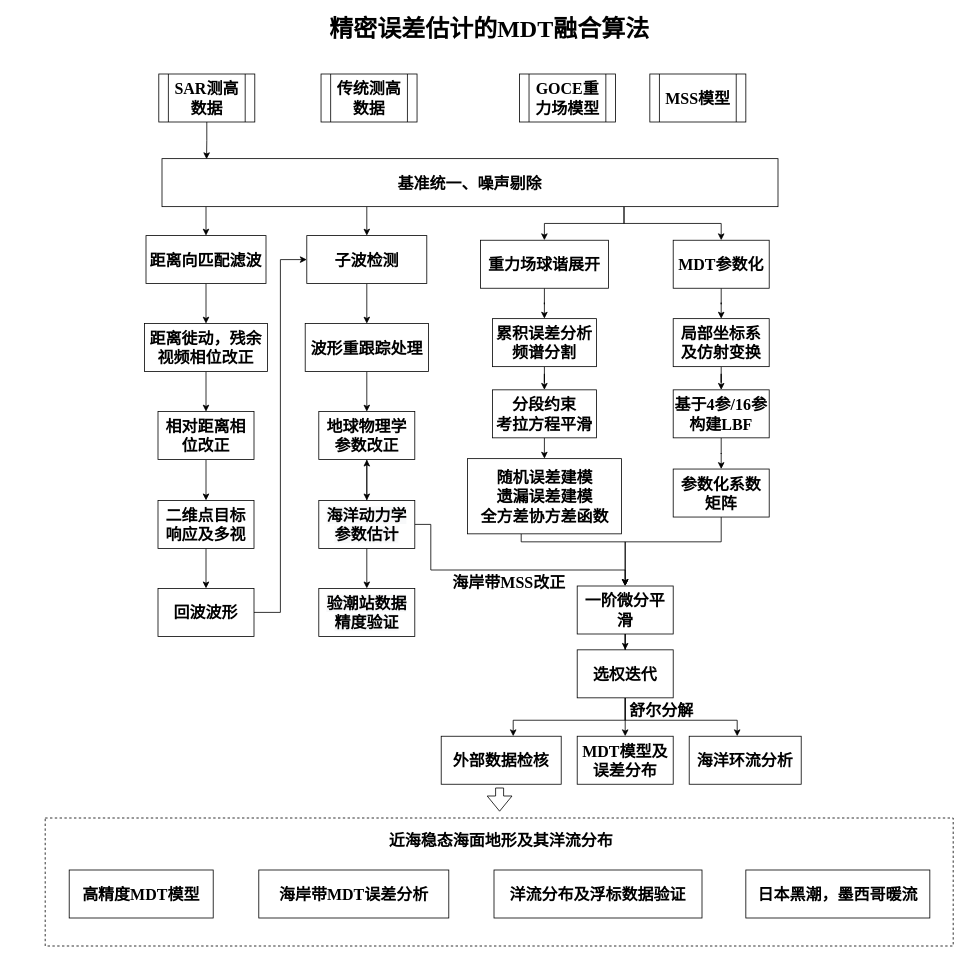
The draw.io diagram Copy of Multi-source rigorous fusion algorithom for MDT refinement.drawio in skgiter/drawIO, before the edit. Source tidied: cells renumbered, new cells numbered last; positions are measured from the earlier drawing's top-left corner, leaving out a move shared by most shapes. Both pictures are drawn from the tidied source at 80%, with x=0, y=0 at pixel (45, 18).
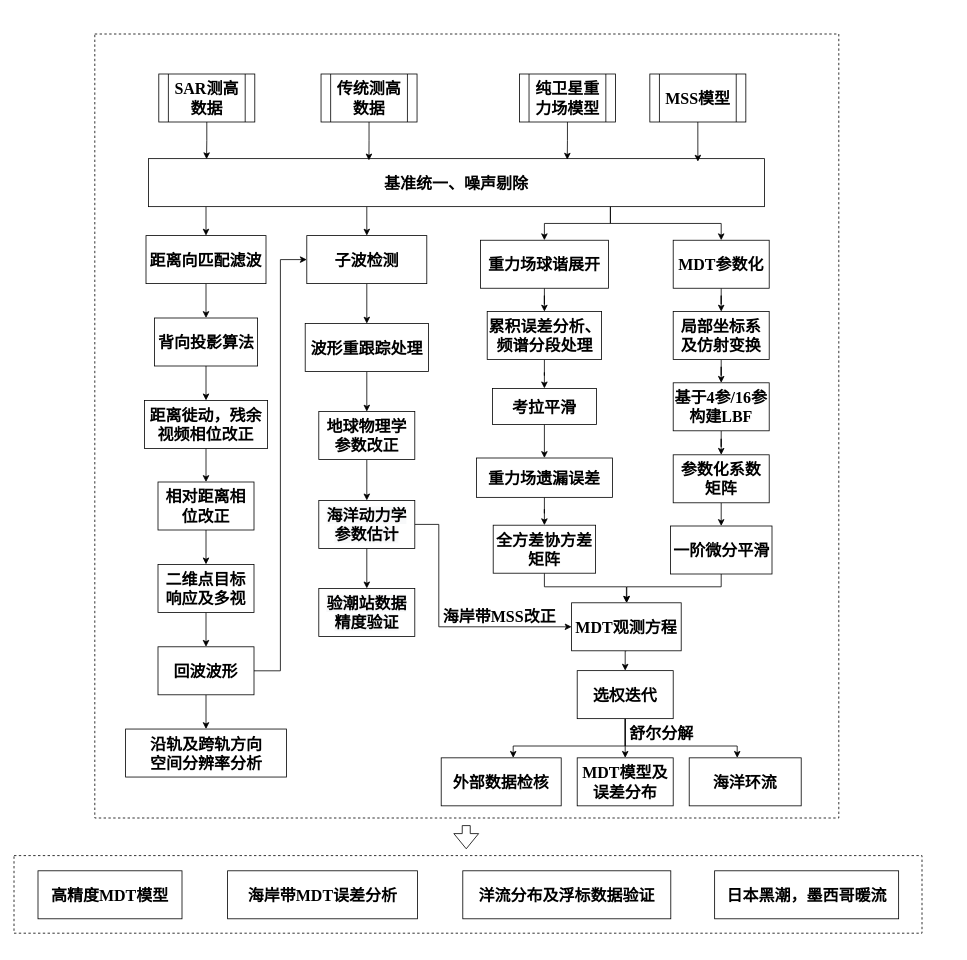
After the change.

The change refers to these unchanged cells:
```xml
<mxCell id="8" value="重力场球谐展开" style="rounded=0;whiteSpace=wrap;html=1;fontFamily=Times New Roman;fontStyle=1;fontSize=20;" parent="1" vertex="1">
  <mxGeometry x="544" y="277.8" width="160" height="60" as="geometry" />
</mxCell>
<mxCell id="19" value="MDT参数化" style="rounded=0;whiteSpace=wrap;html=1;fontFamily=Times New Roman;fontStyle=1;fontSize=20;" parent="1" vertex="1">
  <mxGeometry x="785" y="277.8" width="120" height="60" as="geometry" />
</mxCell>
<mxCell id="44" value="距离向匹配滤波" style="rounded=0;whiteSpace=wrap;html=1;fontFamily=Times New Roman;fontStyle=1;fontSize=20;" parent="1" vertex="1">
  <mxGeometry x="126" y="272" width="150" height="60" as="geometry" />
</mxCell>
<mxCell id="59" value="地球物理学参数改正" style="whiteSpace=wrap;html=1;rounded=0;fontFamily=Times New Roman;fontStyle=1;fontSize=20;" parent="1" vertex="1">
  <mxGeometry x="342" y="492" width="120" height="60" as="geometry" />
</mxCell>
<mxCell id="63" value="&#10;&#10;&lt;span style=&quot;color: rgb(0, 0, 0); font-family: &amp;quot;times new roman&amp;quot;; font-size: 20px; font-style: normal; font-weight: 700; letter-spacing: normal; text-align: center; text-indent: 0px; text-transform: none; word-spacing: 0px; background-color: rgb(248, 249, 250); display: inline; float: none;&quot;&gt;海洋动力学参数估计&lt;/span&gt;&#10;&#10;" style="whiteSpace=wrap;html=1;rounded=0;fontFamily=Times New Roman;fontStyle=1;fontSize=20;" parent="1" vertex="1">
  <mxGeometry x="342" y="603" width="120" height="60" as="geometry" />
</mxCell>
```

The edit, as a diff of the source:
```diff
@@
+    <mxCell id="68" style="rounded=0;whiteSpace=wrap;html=1;fontFamily=Times New Roman;fontSize=20;dashed=1;" parent="1" vertex="1">
+      <mxGeometry x="62" y="20" width="930" height="980" as="geometry" />
+    </mxCell>
@@
-    <mxCell id="3" value="SAR测高数据" style="shape=process;whiteSpace=wrap;html=1;backgroundOutline=1;fontFamily=Times New Roman;fontStyle=1;fontSize=20;" parent="1" vertex="1">
+    <mxCell id="3" value="SAR测高数据" style="shape=process;whiteSpace=wrap;html=1;backgroundOutline=1;fontFamily=Times New Roman;fontStyle=1;fontSize=20;flipH=1;" parent="1" vertex="1">
       <mxGeometry x="142" y="70" width="120" height="60" as="geometry" />
     </mxCell>
-    <mxCell id="4" style="edgeStyle=orthogonalEdgeStyle;rounded=0;jettySize=auto;html=1;exitX=0.75;exitY=1;exitDx=0;exitDy=0;entryX=0.5;entryY=0;entryDx=0;entryDy=0;fontFamily=Times New Roman;fontSize=30;" parent="1" edge="1" source="6" target="8">
+    <mxCell id="4" style="edgeStyle=orthogonalEdgeStyle;rounded=0;jettySize=auto;html=1;exitX=0.75;exitY=1;exitDx=0;exitDy=0;" parent="1" edge="1" source="6" target="8">
       <mxGeometry relative="1" as="geometry" />
     </mxCell>
-    <mxCell id="5" style="edgeStyle=orthogonalEdgeStyle;rounded=0;jettySize=auto;html=1;exitX=0.75;exitY=1;exitDx=0;exitDy=0;entryX=0.5;entryY=0;entryDx=0;entryDy=0;fontFamily=Times New Roman;fontSize=30;" parent="1" edge="1" source="6" target="19">
+    <mxCell id="5" style="edgeStyle=orthogonalEdgeStyle;rounded=0;jettySize=auto;html=1;exitX=0.75;exitY=1;exitDx=0;exitDy=0;" parent="1" edge="1" source="6" target="19">
       <mxGeometry relative="1" as="geometry" />
     </mxCell>
     <mxCell id="6" value="&lt;span style=&quot;white-space: normal; font-size: 20px;&quot;&gt;基准统一、噪声剔除&lt;/span&gt;" style="rounded=0;whiteSpace=wrap;html=1;fontFamily=Times New Roman;fontStyle=1;fontSize=20;" parent="1" vertex="1">
-      <mxGeometry x="146" y="175.8" width="770" height="60" as="geometry" />
+      <mxGeometry x="129" y="175.8" width="770" height="60" as="geometry" />
     </mxCell>
@@
-    <mxCell id="10" value="&lt;span style=&quot;white-space: normal ; font-size: 20px&quot;&gt;累积误差分析&lt;br style=&quot;font-size: 20px&quot;&gt;频谱分割&lt;br style=&quot;font-size: 20px&quot;&gt;&lt;/span&gt;" style="rounded=0;whiteSpace=wrap;html=1;fontFamily=Times New Roman;fontStyle=1;fontSize=20;" parent="1" vertex="1">
-      <mxGeometry x="559" y="375.8" width="130" height="60" as="geometry" />
+    <mxCell id="10" value="&lt;span style=&quot;white-space: normal ; font-size: 20px&quot;&gt;累积误差分析、&lt;br style=&quot;font-size: 20px&quot;&gt;频谱分段处理&lt;br style=&quot;font-size: 20px&quot;&gt;&lt;/span&gt;" style="rounded=0;whiteSpace=wrap;html=1;fontFamily=Times New Roman;fontStyle=1;fontSize=20;" parent="1" vertex="1">
+      <mxGeometry x="552.5" y="367" width="143" height="60" as="geometry" />
     </mxCell>
     <mxCell id="11" value="MDT模型及误差分布" style="rounded=0;whiteSpace=wrap;html=1;fontFamily=Times New Roman;fontStyle=1;fontSize=20;" parent="1" vertex="1">
-      <mxGeometry x="665" y="897.8" width="120" height="60" as="geometry" />
+      <mxGeometry x="665" y="924.8" width="120" height="60" as="geometry" />
     </mxCell>
-    <mxCell id="12" value="海洋环流分析" style="rounded=0;whiteSpace=wrap;html=1;fontFamily=Times New Roman;fontStyle=1;fontSize=20;" parent="1" vertex="1">
-      <mxGeometry x="805" y="897.8" width="140" height="60" as="geometry" />
+    <mxCell id="12" value="海洋环流" style="rounded=0;whiteSpace=wrap;html=1;fontFamily=Times New Roman;fontStyle=1;fontSize=20;" parent="1" vertex="1">
+      <mxGeometry x="805" y="924.8" width="140" height="60" as="geometry" />
     </mxCell>
     <mxCell id="13" value="&lt;span style=&quot;white-space: normal; font-size: 20px;&quot;&gt;外部数据检核&lt;/span&gt;" style="rounded=0;whiteSpace=wrap;html=1;fontFamily=Times New Roman;fontStyle=1;fontSize=20;" parent="1" vertex="1">
-      <mxGeometry x="495" y="897.8" width="150" height="60" as="geometry" />
+      <mxGeometry x="495" y="924.8" width="150" height="60" as="geometry" />
     </mxCell>
@@
-    <mxCell id="15" value="&lt;b style=&quot;font-size: 20px;&quot;&gt;分段约束&lt;br style=&quot;font-size: 20px;&quot;&gt;考拉方程平滑&lt;br style=&quot;font-size: 20px;&quot;&gt;&lt;/b&gt;" style="rounded=0;whiteSpace=wrap;html=1;fontFamily=Times New Roman;fontSize=20;" parent="1" vertex="1">
-      <mxGeometry x="559" y="464.8" width="130" height="60" as="geometry" />
+    <mxCell id="15" value="&lt;b style=&quot;font-size: 20px&quot;&gt;考拉平滑&lt;br style=&quot;font-size: 20px&quot;&gt;&lt;/b&gt;" style="rounded=0;whiteSpace=wrap;html=1;fontFamily=Times New Roman;fontSize=20;" parent="1" vertex="1">
+      <mxGeometry x="559" y="463" width="130" height="45.2" as="geometry" />
     </mxCell>
-    <mxCell id="16" style="edgeStyle=orthogonalEdgeStyle;rounded=0;jettySize=auto;html=1;fontFamily=Times New Roman;fontSize=20;" parent="1" edge="1" source="17">
-      <mxGeometry relative="1" as="geometry">
-        <mxPoint x="725" y="710" as="targetPoint" />
-        <Array as="points">
-          <mxPoint x="595" y="654.8" />
-          <mxPoint x="725" y="654.8" />
-        </Array>
-      </mxGeometry>
-    </mxCell>
+    <mxCell id="69" style="edgeStyle=orthogonalEdgeStyle;rounded=0;jettySize=auto;html=1;" parent="1" edge="1" source="17" target="78">
+      <mxGeometry relative="1" as="geometry" />
+    </mxCell>
-    <mxCell id="17" value="随机误差建模&lt;br style=&quot;font-size: 20px;&quot;&gt;遗漏误差建模&lt;br style=&quot;font-size: 20px;&quot;&gt;全方差协方差函数" style="whiteSpace=wrap;html=1;rounded=0;fontFamily=Times New Roman;fontSize=20;fontStyle=1;" parent="1" vertex="1">
-      <mxGeometry x="527.8" y="550.8" width="192.5" height="94" as="geometry" />
+    <mxCell id="17" value="重力场遗漏误差" style="whiteSpace=wrap;html=1;rounded=0;fontFamily=Times New Roman;fontSize=20;fontStyle=1;" parent="1" vertex="1">
+      <mxGeometry x="539" y="550" width="170" height="49.2" as="geometry" />
     </mxCell>
@@
     <mxCell id="21" value="局部坐标系及仿射变换" style="rounded=0;whiteSpace=wrap;html=1;fontFamily=Times New Roman;fontSize=20;fontStyle=1;" parent="1" vertex="1">
-      <mxGeometry x="785" y="375.8" width="120" height="60" as="geometry" />
+      <mxGeometry x="785" y="367" width="120" height="60" as="geometry" />
     </mxCell>
@@
     <mxCell id="23" value="基于4参/16参构建LBF" style="whiteSpace=wrap;html=1;rounded=0;fontFamily=Times New Roman;fontStyle=1;fontSize=20;" parent="1" vertex="1">
-      <mxGeometry x="785" y="464.8" width="120" height="60" as="geometry" />
+      <mxGeometry x="785" y="456" width="120" height="60" as="geometry" />
     </mxCell>
-    <mxCell id="24" style="edgeStyle=orthogonalEdgeStyle;rounded=0;jettySize=auto;html=1;exitX=0.5;exitY=1;exitDx=0;exitDy=0;fontFamily=Times New Roman;fontSize=20;" parent="1" edge="1" source="25">
-      <mxGeometry relative="1" as="geometry">
-        <mxPoint x="725" y="710" as="targetPoint" />
-        <Array as="points">
-          <mxPoint x="845" y="654.8" />
-          <mxPoint x="725" y="654.8" />
-        </Array>
-      </mxGeometry>
-    </mxCell>
+    <mxCell id="70" style="edgeStyle=orthogonalEdgeStyle;rounded=0;jettySize=auto;html=1;exitX=0.5;exitY=1;exitDx=0;exitDy=0;entryX=0.5;entryY=0;entryDx=0;entryDy=0;" parent="1" edge="1" source="25" target="66">
+      <mxGeometry relative="1" as="geometry" />
+    </mxCell>
     <mxCell id="25" value="参数化系数矩阵" style="whiteSpace=wrap;html=1;rounded=0;fontStyle=1;fontFamily=Times New Roman;fontSize=20;" parent="1" vertex="1">
-      <mxGeometry x="785" y="563.8" width="120" height="60" as="geometry" />
+      <mxGeometry x="785" y="546" width="120" height="60" as="geometry" />
     </mxCell>
@@
     <mxCell id="27" style="edgeStyle=orthogonalEdgeStyle;rounded=0;jettySize=auto;html=1;fontFamily=Times New Roman;fontSize=20;" parent="1" edge="1" source="29" target="13">
       <mxGeometry relative="1" as="geometry">
         <Array as="points">
-          <mxPoint x="725" y="877.8" />
-          <mxPoint x="585" y="877.8" />
+          <mxPoint x="725" y="910" />
+          <mxPoint x="585" y="910" />
         </Array>
       </mxGeometry>
     </mxCell>
     <mxCell id="28" style="edgeStyle=orthogonalEdgeStyle;rounded=0;jettySize=auto;html=1;exitX=0.5;exitY=1;exitDx=0;exitDy=0;fontFamily=Times New Roman;fontSize=20;" parent="1" edge="1" source="29" target="12">
       <mxGeometry relative="1" as="geometry">
         <Array as="points">
-          <mxPoint x="725" y="877.8" />
-          <mxPoint x="865" y="877.8" />
+          <mxPoint x="725" y="910" />
+          <mxPoint x="865" y="910" />
         </Array>
       </mxGeometry>
     </mxCell>
     <mxCell id="29" value="&lt;b style=&quot;font-size: 20px;&quot;&gt;选权迭代&lt;/b&gt;" style="whiteSpace=wrap;html=1;rounded=0;fontFamily=Times New Roman;fontSize=20;" parent="1" vertex="1">
-      <mxGeometry x="665" y="789.8" width="120" height="60" as="geometry" />
+      <mxGeometry x="665" y="815.8" width="120" height="60" as="geometry" />
     </mxCell>
+    <mxCell id="71" style="edgeStyle=orthogonalEdgeStyle;rounded=0;jettySize=auto;html=1;exitX=0.5;exitY=1;exitDx=0;exitDy=0;entryX=0.892;entryY=0.063;entryDx=0;entryDy=0;entryPerimeter=0;" parent="1" edge="1" source="30" target="6">
+      <mxGeometry relative="1" as="geometry" />
+    </mxCell>
-    <mxCell id="30" value="&lt;span style=&quot;white-space: normal ; font-size: 20px&quot;&gt;MSS模型&lt;/span&gt;" style="shape=process;whiteSpace=wrap;html=1;backgroundOutline=1;fontFamily=Times New Roman;fontSize=20;fontColor=#000000;align=center;strokeColor=#000000;fillColor=#ffffff;fontStyle=1;" parent="1" vertex="1">
+    <mxCell id="30" value="&lt;span style=&quot;white-space: normal ; font-size: 20px&quot;&gt;MSS模型&lt;/span&gt;" style="shape=process;whiteSpace=wrap;html=1;backgroundOutline=1;fontFamily=Times New Roman;fontSize=20;fontColor=#000000;align=center;strokeColor=#000000;fillColor=#ffffff;fontStyle=1;flipH=1;" parent="1" vertex="1">
       <mxGeometry x="755.8" y="70" width="120" height="60" as="geometry" />
     </mxCell>
+    <mxCell id="72" style="edgeStyle=orthogonalEdgeStyle;rounded=0;jettySize=auto;html=1;exitX=0.5;exitY=1;exitDx=0;exitDy=0;entryX=0.68;entryY=0.021;entryDx=0;entryDy=0;entryPerimeter=0;" parent="1" edge="1" source="31" target="6">
+      <mxGeometry relative="1" as="geometry" />
+    </mxCell>
-    <mxCell id="31" value="&lt;span style=&quot;white-space: normal; font-size: 20px;&quot;&gt;GOCE重力场模型&lt;/span&gt;" style="shape=process;whiteSpace=wrap;html=1;backgroundOutline=1;fontFamily=Times New Roman;fontSize=20;fontColor=#000000;align=center;strokeColor=#000000;fillColor=#ffffff;fontStyle=1;" parent="1" vertex="1">
+    <mxCell id="31" value="&lt;span style=&quot;white-space: normal ; font-size: 20px&quot;&gt;纯卫星重力场模型&lt;/span&gt;" style="shape=process;whiteSpace=wrap;html=1;backgroundOutline=1;fontFamily=Times New Roman;fontSize=20;fontColor=#000000;align=center;strokeColor=#000000;fillColor=#ffffff;fontStyle=1;flipH=1;" parent="1" vertex="1">
       <mxGeometry x="592.8" y="70" width="120" height="60" as="geometry" />
     </mxCell>
-    <mxCell id="32" value="精密误差估计的MDT融合算法" style="text;html=1;strokeColor=none;fillColor=none;align=center;verticalAlign=middle;whiteSpace=wrap;rounded=0;dashed=1;fontFamily=Times New Roman;fontSize=30;fontStyle=1;" parent="1" vertex="1">
-      <mxGeometry x="344.8" width="421" height="25" as="geometry" />
-    </mxCell>
     <mxCell id="33" style="rounded=0;whiteSpace=wrap;html=1;dashed=1;fontFamily=Times New Roman;fontSize=20;" parent="1" vertex="1">
-      <mxGeometry y="1000" width="1135" height="160" as="geometry" />
+      <mxGeometry x="-39" y="1047" width="1135" height="97" as="geometry" />
     </mxCell>
     <mxCell id="34" style="shape=flexArrow;endArrow=classic;html=1;entryX=0.5;entryY=0;entryDx=0;entryDy=0;exitX=0.5;exitY=1;exitDx=0;exitDy=0;fontFamily=Times New Roman;fontSize=20;" parent="1" edge="1">
       <mxGeometry relative="1" as="geometry">
-        <mxPoint x="568" y="962" as="sourcePoint" />
-        <mxPoint x="568" y="992" as="targetPoint" />
+        <mxPoint x="526.3" y="1009" as="sourcePoint" />
+        <mxPoint x="526.3" y="1039" as="targetPoint" />
       </mxGeometry>
     </mxCell>
     <mxCell id="35" value="海岸带MDT误差分析" style="rounded=0;whiteSpace=wrap;html=1;fontFamily=Times New Roman;fontSize=20;fontStyle=1;" parent="1" vertex="1">
-      <mxGeometry x="267" y="1065" width="237.5" height="60" as="geometry" />
+      <mxGeometry x="228" y="1066" width="237.5" height="60" as="geometry" />
     </mxCell>
-    <mxCell id="36" value="近海稳态海面地形及其洋流分布" style="text;html=1;strokeColor=none;fillColor=none;align=center;verticalAlign=middle;whiteSpace=wrap;rounded=0;dashed=1;fontFamily=Times New Roman;fontSize=20;fontStyle=1;" parent="1" vertex="1">
-      <mxGeometry x="388" y="1015" width="364" height="25" as="geometry" />
-    </mxCell>
     <mxCell id="37" value="洋流分布及浮标数据验证" style="rounded=0;whiteSpace=wrap;html=1;fontFamily=Times New Roman;fontSize=20;fontStyle=1;" parent="1" vertex="1">
-      <mxGeometry x="561" y="1065" width="260" height="60" as="geometry" />
+      <mxGeometry x="522" y="1066" width="260" height="60" as="geometry" />
     </mxCell>
     <mxCell id="38" value="日本黑潮，墨西哥暖流" style="rounded=0;whiteSpace=wrap;html=1;fontFamily=Times New Roman;fontSize=20;fontStyle=1;" parent="1" vertex="1">
-      <mxGeometry x="875.8" y="1065" width="230" height="60" as="geometry" />
+      <mxGeometry x="836.8" y="1066" width="230" height="60" as="geometry" />
     </mxCell>
     <mxCell id="39" value="高精度MDT模型" style="rounded=0;whiteSpace=wrap;html=1;fontFamily=Times New Roman;fontSize=20;fontStyle=1;" parent="1" vertex="1">
-      <mxGeometry x="30" y="1065" width="180" height="60" as="geometry" />
+      <mxGeometry x="-9" y="1066" width="180" height="60" as="geometry" />
     </mxCell>
     <mxCell id="40" value="舒尔分解" style="text;html=1;align=center;verticalAlign=middle;fontFamily=Times New Roman;fontSize=20;fontStyle=1;" parent="1" vertex="1">
-      <mxGeometry x="720" y="849.8" width="100" height="30" as="geometry" />
+      <mxGeometry x="720" y="878.8" width="100" height="30" as="geometry" />
     </mxCell>
+    <mxCell id="73" style="edgeStyle=orthogonalEdgeStyle;rounded=0;jettySize=auto;html=1;exitX=0.5;exitY=1;exitDx=0;exitDy=0;entryX=0.358;entryY=0.038;entryDx=0;entryDy=0;entryPerimeter=0;" parent="1" edge="1" source="41" target="6">
+      <mxGeometry relative="1" as="geometry" />
+    </mxCell>
-    <mxCell id="41" value="传统测高数据" style="shape=process;whiteSpace=wrap;html=1;backgroundOutline=1;fontFamily=Times New Roman;fontSize=20;fontColor=#000000;align=center;strokeColor=#000000;fillColor=#ffffff;fontStyle=1;" parent="1" vertex="1">
+    <mxCell id="41" value="传统测高数据" style="shape=process;whiteSpace=wrap;html=1;backgroundOutline=1;fontFamily=Times New Roman;fontSize=20;fontColor=#000000;align=center;strokeColor=#000000;fillColor=#ffffff;fontStyle=1;flipH=1;" parent="1" vertex="1">
       <mxGeometry x="344.8" y="70" width="120" height="60" as="geometry" />
     </mxCell>
-    <mxCell id="42" style="edgeStyle=orthogonalEdgeStyle;rounded=0;jettySize=auto;html=1;fontFamily=Times New Roman;fontStyle=1;fontSize=20;" parent="1" edge="1" source="44" target="46">
+    <mxCell id="42" style="edgeStyle=orthogonalEdgeStyle;rounded=0;jettySize=auto;html=1;fontFamily=Times New Roman;fontStyle=1;fontSize=20;entryX=0.5;entryY=0;entryDx=0;entryDy=0;" parent="1" edge="1" source="44" target="83">
       <mxGeometry relative="1" as="geometry" />
     </mxCell>
@@
     <mxCell id="46" value="距离徙动，残余视频相位改正" style="whiteSpace=wrap;html=1;rounded=0;fontFamily=Times New Roman;fontStyle=1;fontSize=20;" parent="1" vertex="1">
-      <mxGeometry x="124" y="382" width="154" height="60" as="geometry" />
+      <mxGeometry x="124" y="478" width="154" height="60" as="geometry" />
     </mxCell>
@@
     <mxCell id="48" value="相对距离相位改正" style="whiteSpace=wrap;html=1;rounded=0;fontFamily=Times New Roman;fontStyle=1;fontSize=20;" parent="1" vertex="1">
-      <mxGeometry x="141" y="492" width="120" height="60" as="geometry" />
+      <mxGeometry x="141" y="580" width="120" height="60" as="geometry" />
     </mxCell>
@@
     <mxCell id="50" value="二维点目标响应及多视" style="whiteSpace=wrap;html=1;rounded=0;fontFamily=Times New Roman;fontStyle=1;fontSize=20;" parent="1" vertex="1">
-      <mxGeometry x="141" y="603" width="120" height="60" as="geometry" />
+      <mxGeometry x="141" y="683" width="120" height="60" as="geometry" />
     </mxCell>
@@
+    <mxCell id="74" style="edgeStyle=orthogonalEdgeStyle;rounded=0;jettySize=auto;html=1;fontFamily=Times New Roman;fontSize=20;" parent="1" edge="1" source="52" target="81">
+      <mxGeometry relative="1" as="geometry" />
+    </mxCell>
     <mxCell id="52" value="回波波形" style="whiteSpace=wrap;html=1;rounded=0;fontFamily=Times New Roman;fontStyle=1;fontSize=20;" parent="1" vertex="1">
-      <mxGeometry x="141" y="713" width="120" height="60" as="geometry" />
+      <mxGeometry x="141" y="786" width="120" height="60" as="geometry" />
     </mxCell>
@@
-    <mxCell id="61" style="edgeStyle=orthogonalEdgeStyle;rounded=0;jettySize=auto;html=1;fontFamily=Times New Roman;fontSize=20;" parent="1" edge="1" source="63" target="59">
-      <mxGeometry relative="1" as="geometry" />
-    </mxCell>
-    <mxCell id="62" style="edgeStyle=orthogonalEdgeStyle;rounded=0;jettySize=auto;html=1;exitX=1;exitY=0.5;exitDx=0;exitDy=0;entryX=0.5;entryY=0;entryDx=0;entryDy=0;fontFamily=Times New Roman;fontSize=20;" parent="1" edge="1" source="63" target="66">
-      <mxGeometry relative="1" as="geometry">
-        <Array as="points">
-          <mxPoint x="482" y="633" />
-          <mxPoint x="482" y="690" />
-          <mxPoint x="725" y="690" />
-        </Array>
-      </mxGeometry>
-    </mxCell>
+    <mxCell id="75" style="edgeStyle=orthogonalEdgeStyle;rounded=0;jettySize=auto;html=1;exitX=1;exitY=0.5;exitDx=0;exitDy=0;entryX=0;entryY=0.5;entryDx=0;entryDy=0;fontFamily=Times New Roman;fontSize=20;" parent="1" edge="1" source="63" target="80">
+      <mxGeometry relative="1" as="geometry">
+        <Array as="points">
+          <mxPoint x="492" y="633" />
+          <mxPoint x="492" y="761" />
+        </Array>
+      </mxGeometry>
+    </mxCell>
@@
-    <mxCell id="65" style="edgeStyle=orthogonalEdgeStyle;rounded=0;jettySize=auto;html=1;entryX=0.5;entryY=0;entryDx=0;entryDy=0;fontFamily=Times New Roman;fontSize=30;" parent="1" edge="1" source="66" target="29">
-      <mxGeometry relative="1" as="geometry" />
-    </mxCell>
+    <mxCell id="76" style="edgeStyle=orthogonalEdgeStyle;rounded=0;jettySize=auto;html=1;exitX=0.5;exitY=1;exitDx=0;exitDy=0;fontFamily=Times New Roman;fontSize=20;" parent="1" edge="1" source="66" target="80">
+      <mxGeometry relative="1" as="geometry">
+        <Array as="points">
+          <mxPoint x="845" y="711" />
+          <mxPoint x="727" y="711" />
+        </Array>
+      </mxGeometry>
+    </mxCell>
     <mxCell id="66" value="一阶微分平滑" style="rounded=0;whiteSpace=wrap;html=1;fontFamily=Times New Roman;fontSize=20;fontStyle=1;" parent="1" vertex="1">
-      <mxGeometry x="665" y="710" width="120" height="60" as="geometry" />
+      <mxGeometry x="781.5" y="635" width="127" height="60" as="geometry" />
     </mxCell>
     <mxCell id="67" value="海岸带MSS改正" style="text;html=1;strokeColor=none;fillColor=none;align=center;verticalAlign=middle;whiteSpace=wrap;rounded=0;fontFamily=Times New Roman;fontSize=20;fontStyle=1;" parent="1" vertex="1">
-      <mxGeometry x="499" y="690" width="162" height="30" as="geometry" />
+      <mxGeometry x="487" y="732" width="162" height="30" as="geometry" />
     </mxCell>
+    <mxCell id="77" style="edgeStyle=orthogonalEdgeStyle;rounded=0;jettySize=auto;html=1;exitX=0.5;exitY=1;exitDx=0;exitDy=0;entryX=0.5;entryY=0;entryDx=0;entryDy=0;fontFamily=Times New Roman;fontSize=20;" parent="1" edge="1" source="78" target="80">
+      <mxGeometry relative="1" as="geometry">
+        <Array as="points">
+          <mxPoint x="624" y="711" />
+          <mxPoint x="727" y="711" />
+        </Array>
+      </mxGeometry>
+    </mxCell>
+    <mxCell id="78" value="&lt;span&gt;全方差协方差矩阵&lt;/span&gt;" style="whiteSpace=wrap;html=1;rounded=0;fontFamily=Times New Roman;fontSize=20;fontStyle=1;" parent="1" vertex="1">
+      <mxGeometry x="560" y="634" width="128" height="60" as="geometry" />
+    </mxCell>
+    <mxCell id="79" style="edgeStyle=orthogonalEdgeStyle;rounded=0;jettySize=auto;html=1;exitX=0.5;exitY=1;exitDx=0;exitDy=0;entryX=0.5;entryY=0;entryDx=0;entryDy=0;fontFamily=Times New Roman;fontSize=20;" parent="1" edge="1" source="80" target="29">
+      <mxGeometry relative="1" as="geometry" />
+    </mxCell>
+    <mxCell id="80" value="MDT观测方程" style="rounded=0;whiteSpace=wrap;html=1;fontFamily=Times New Roman;fontSize=20;fontStyle=1;" parent="1" vertex="1">
+      <mxGeometry x="658" y="731" width="137" height="60" as="geometry" />
+    </mxCell>
+    <mxCell id="81" value="沿轨及跨轨方向&lt;br&gt;空间分辨率分析" style="whiteSpace=wrap;html=1;rounded=0;fontFamily=Times New Roman;fontStyle=1;fontSize=20;" parent="1" vertex="1">
+      <mxGeometry x="100.5" y="888.8" width="201" height="60" as="geometry" />
+    </mxCell>
+    <mxCell id="82" style="edgeStyle=orthogonalEdgeStyle;rounded=0;jettySize=auto;html=1;exitX=0.5;exitY=1;exitDx=0;exitDy=0;entryX=0.5;entryY=0;entryDx=0;entryDy=0;fontFamily=Times New Roman;fontSize=20;" parent="1" edge="1" source="83" target="46">
+      <mxGeometry relative="1" as="geometry" />
+    </mxCell>
+    <mxCell id="83" value="背向投影算法" style="rounded=0;whiteSpace=wrap;html=1;fontFamily=Times New Roman;fontSize=20;fontStyle=1;" parent="1" vertex="1">
+      <mxGeometry x="136.5" y="375" width="129" height="60" as="geometry" />
+    </mxCell>
```
